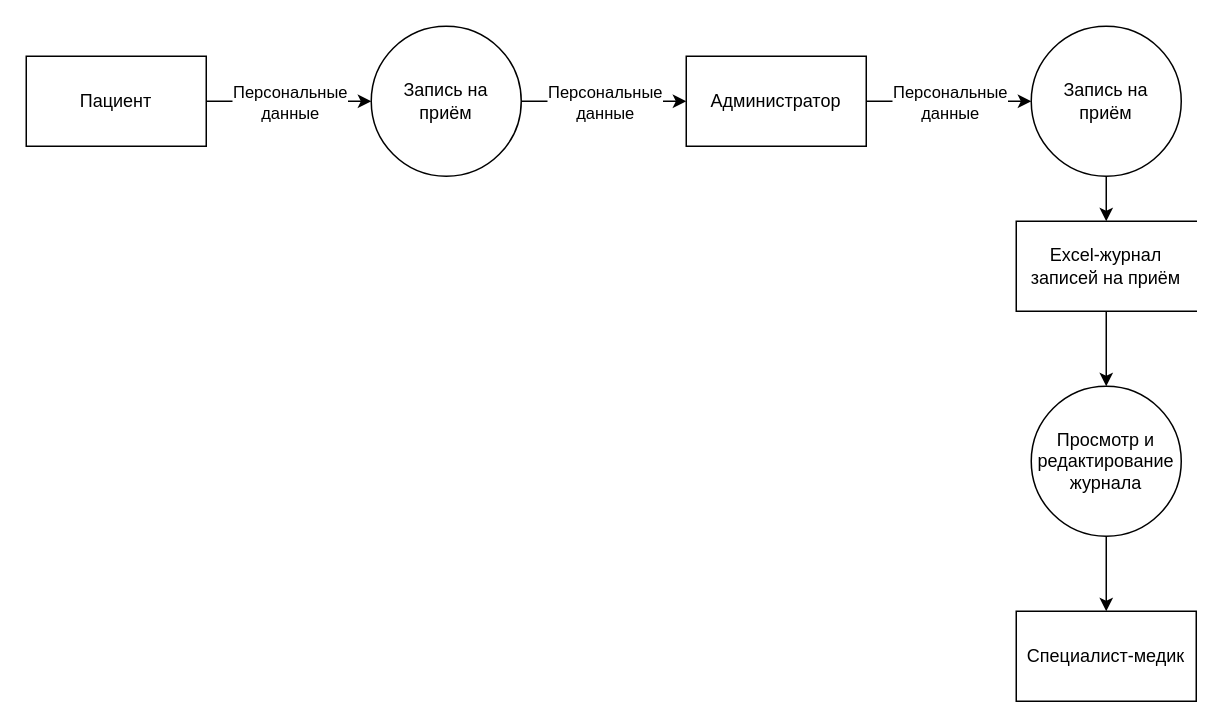
Before: Task1/1_dfd_запись_на_прием.drawio in rmd-practicum/architecture-medikamente, a draw.io diagram. Source tidied: cells renumbered, new cells numbered last; positions are measured from the earlier drawing's top-left corner, leaving out a move shared by most shapes. Both pictures are drawn from the tidied source at 150%, with x=0, y=0 at pixel (26, 26).
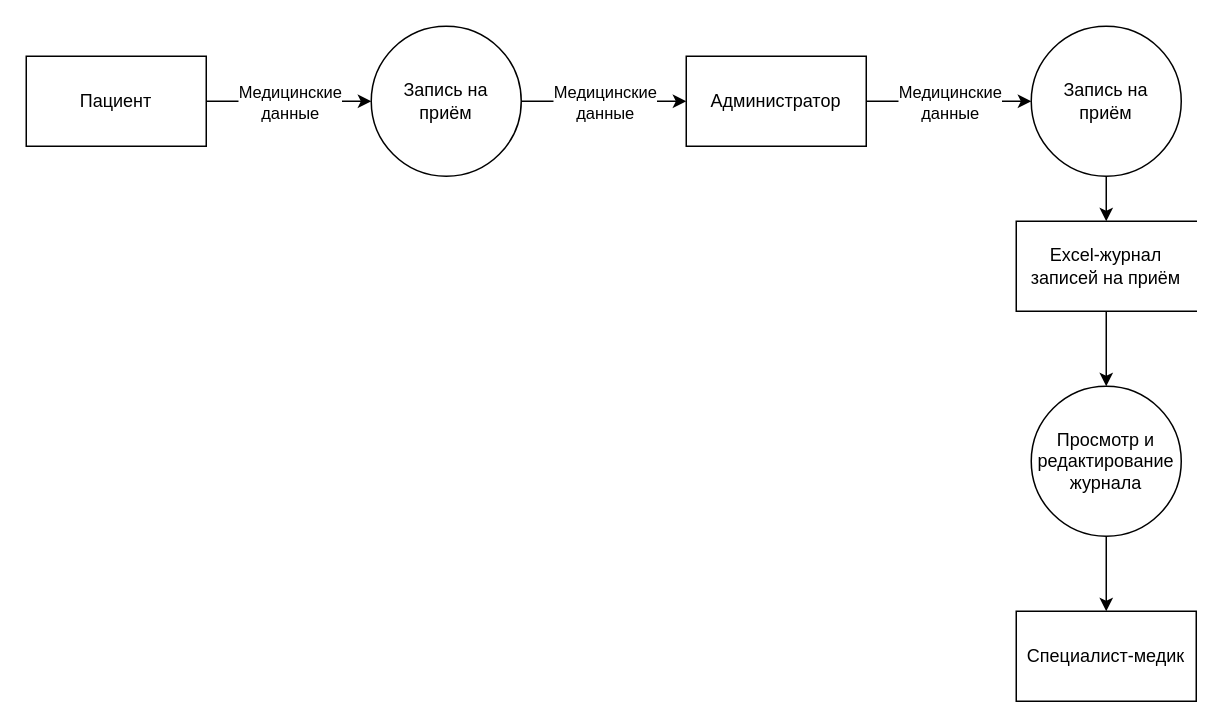
After the change.

Change to the diagram source:
```diff
@@
 <mxGraphModel>
   <root>
     <mxCell id="0" />
     <mxCell id="1" parent="0" />
     <mxCell id="2" value="Пациент" style="html=1;dashed=0;whiteSpace=wrap;" parent="1" vertex="1">
       <mxGeometry y="20" width="120" height="60" as="geometry" />
     </mxCell>
     <mxCell id="3" style="edgeStyle=orthogonalEdgeStyle;shape=connector;curved=0;rounded=1;jumpStyle=arc;jettySize=auto;html=1;exitX=1;exitY=0.5;exitDx=0;exitDy=0;entryX=0;entryY=0.5;entryDx=0;entryDy=0;strokeColor=default;align=center;verticalAlign=middle;fontFamily=Helvetica;fontSize=11;fontColor=default;labelBackgroundColor=default;defaultLabelBackgroundColor=page;endArrow=classic;" parent="1" edge="1" source="5" target="10">
       <mxGeometry relative="1" as="geometry" />
     </mxCell>
-    <mxCell id="4" value="Персональные&lt;div&gt;данные&lt;/div&gt;" style="edgeLabel;html=1;align=center;verticalAlign=middle;inheritText=1;defaultLabelBackgroundColor=page;" parent="3" vertex="1">
+    <mxCell id="4" value="&lt;div&gt;Медицинские&lt;/div&gt;&lt;div&gt;данные&lt;/div&gt;" style="edgeLabel;html=1;align=center;verticalAlign=middle;inheritText=1;defaultLabelBackgroundColor=page;" parent="3" vertex="1">
       <mxGeometry relative="1" as="geometry" />
     </mxCell>
     <mxCell id="5" value="Запись на&lt;div&gt;приём&lt;/div&gt;" style="shape=ellipse;html=1;dashed=0;whiteSpace=wrap;perimeter=ellipsePerimeter;" parent="1" vertex="1">
       <mxGeometry x="230" width="100" height="100" as="geometry" />
     </mxCell>
     <mxCell id="6" style="endArrow=classic;html=1;rounded=1;strokeColor=default;align=center;verticalAlign=middle;fontFamily=Helvetica;fontSize=11;fontColor=default;labelBackgroundColor=default;defaultLabelBackgroundColor=page;jumpStyle=arc;curved=0;exitX=1;exitY=0.5;exitDx=0;exitDy=0;entryX=0;entryY=0.5;entryDx=0;entryDy=0;" parent="1" edge="1" source="2" target="5">
       <mxGeometry relative="1" as="geometry" />
     </mxCell>
-    <mxCell id="7" value="Персональные&lt;div&gt;данные&lt;/div&gt;" style="edgeLabel;html=1;align=center;verticalAlign=middle;inheritText=fontFamily,fontSize,fontColor,fontStyle,textOpacity,labelBorderColor,labelBorderWidth,labelPadding;spacing=2;labelBackgroundColor=default;defaultLabelBackgroundColor=page;" parent="6" vertex="1">
+    <mxCell id="7" value="Медицинские&lt;br&gt;&lt;div&gt;данные&lt;/div&gt;" style="edgeLabel;html=1;align=center;verticalAlign=middle;inheritText=fontFamily,fontSize,fontColor,fontStyle,textOpacity,labelBorderColor,labelBorderWidth,labelPadding;spacing=2;labelBackgroundColor=default;defaultLabelBackgroundColor=page;" parent="6" vertex="1">
       <mxGeometry relative="1" as="geometry" />
     </mxCell>
     <mxCell id="8" style="edgeStyle=orthogonalEdgeStyle;shape=connector;curved=0;rounded=1;jumpStyle=arc;jettySize=auto;html=1;exitX=1;exitY=0.5;exitDx=0;exitDy=0;entryX=0;entryY=0.5;entryDx=0;entryDy=0;strokeColor=default;align=center;verticalAlign=middle;fontFamily=Helvetica;fontSize=11;fontColor=default;labelBackgroundColor=default;defaultLabelBackgroundColor=page;endArrow=classic;" parent="1" edge="1" source="10" target="12">
       <mxGeometry relative="1" as="geometry" />
     </mxCell>
-    <mxCell id="9" value="Персональные&lt;div&gt;данные&lt;/div&gt;" style="edgeLabel;html=1;align=center;verticalAlign=middle;inheritText=1;defaultLabelBackgroundColor=page;" parent="8" vertex="1">
+    <mxCell id="9" value="Медицинские&lt;br&gt;&lt;div&gt;данные&lt;/div&gt;" style="edgeLabel;html=1;align=center;verticalAlign=middle;inheritText=1;defaultLabelBackgroundColor=page;" parent="8" vertex="1">
       <mxGeometry relative="1" as="geometry" />
     </mxCell>
     <mxCell id="10" value="Администратор" style="html=1;dashed=0;whiteSpace=wrap;" parent="1" vertex="1">
       <mxGeometry x="440" y="20" width="120" height="60" as="geometry" />
     </mxCell>
     <mxCell id="11" style="edgeStyle=orthogonalEdgeStyle;shape=connector;curved=0;rounded=1;jumpStyle=arc;jettySize=auto;html=1;exitX=0.5;exitY=1;exitDx=0;exitDy=0;entryX=0.5;entryY=0;entryDx=0;entryDy=0;strokeColor=default;align=center;verticalAlign=middle;fontFamily=Helvetica;fontSize=11;fontColor=default;labelBackgroundColor=default;defaultLabelBackgroundColor=page;endArrow=classic;" parent="1" edge="1" source="12" target="14">
       <mxGeometry relative="1" as="geometry" />
     </mxCell>
     <mxCell id="12" value="Запись на&lt;div&gt;приём&lt;/div&gt;" style="shape=ellipse;html=1;dashed=0;whiteSpace=wrap;perimeter=ellipsePerimeter;" parent="1" vertex="1">
       <mxGeometry x="670" width="100" height="100" as="geometry" />
     </mxCell>
     <mxCell id="13" style="edgeStyle=orthogonalEdgeStyle;shape=connector;curved=0;rounded=1;jumpStyle=arc;jettySize=auto;html=1;exitX=0.5;exitY=1;exitDx=0;exitDy=0;entryX=0.5;entryY=0;entryDx=0;entryDy=0;strokeColor=default;align=center;verticalAlign=middle;fontFamily=Helvetica;fontSize=11;fontColor=default;labelBackgroundColor=default;defaultLabelBackgroundColor=page;endArrow=classic;" parent="1" edge="1" source="14" target="16">
       <mxGeometry relative="1" as="geometry" />
     </mxCell>
     <mxCell id="14" value="Excel-журнал&lt;div&gt;записей на приём&lt;/div&gt;" style="html=1;dashed=0;whiteSpace=wrap;shape=partialRectangle;right=0;" parent="1" vertex="1">
       <mxGeometry x="660" y="130" width="120" height="60" as="geometry" />
     </mxCell>
     <mxCell id="15" style="edgeStyle=orthogonalEdgeStyle;shape=connector;curved=0;rounded=1;jumpStyle=arc;jettySize=auto;html=1;exitX=0.5;exitY=1;exitDx=0;exitDy=0;entryX=0.5;entryY=0;entryDx=0;entryDy=0;strokeColor=default;align=center;verticalAlign=middle;fontFamily=Helvetica;fontSize=11;fontColor=default;labelBackgroundColor=default;defaultLabelBackgroundColor=page;endArrow=classic;" parent="1" edge="1" source="16" target="17">
       <mxGeometry relative="1" as="geometry" />
     </mxCell>
     <mxCell id="16" value="Просмотр и&lt;div&gt;редактирование&lt;br&gt;&lt;div&gt;журнала&lt;/div&gt;&lt;/div&gt;" style="shape=ellipse;html=1;dashed=0;whiteSpace=wrap;perimeter=ellipsePerimeter;" parent="1" vertex="1">
       <mxGeometry x="670" y="240" width="100" height="100" as="geometry" />
     </mxCell>
     <mxCell id="17" value="Специалист-медик" style="html=1;dashed=0;whiteSpace=wrap;" parent="1" vertex="1">
       <mxGeometry x="660" y="390" width="120" height="60" as="geometry" />
     </mxCell>
   </root>
 </mxGraphModel>
```
